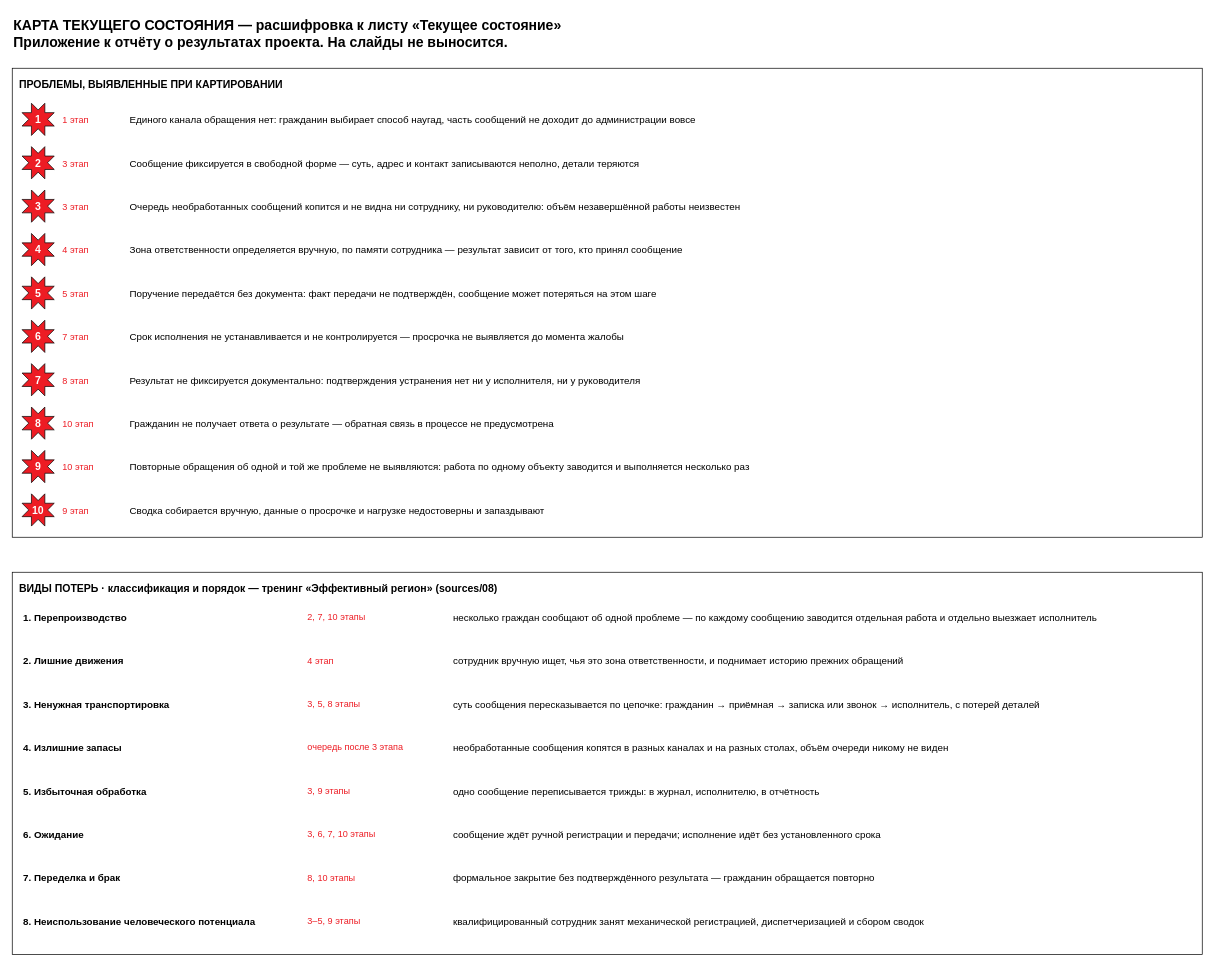
Earlier version of the draw.io diagram page "Проблемы и потери" (2 of 2) of файлы/karta-tekushchego.drawio (NiceGenn/Team-28-progress). Source tidied: cells renumbered, new cells numbered last; positions are measured from the earlier drawing's top-left corner, leaving out a move shared by most shapes. Both pictures are drawn from the tidied source at 70%, with x=0, y=0 at pixel (12, 12).
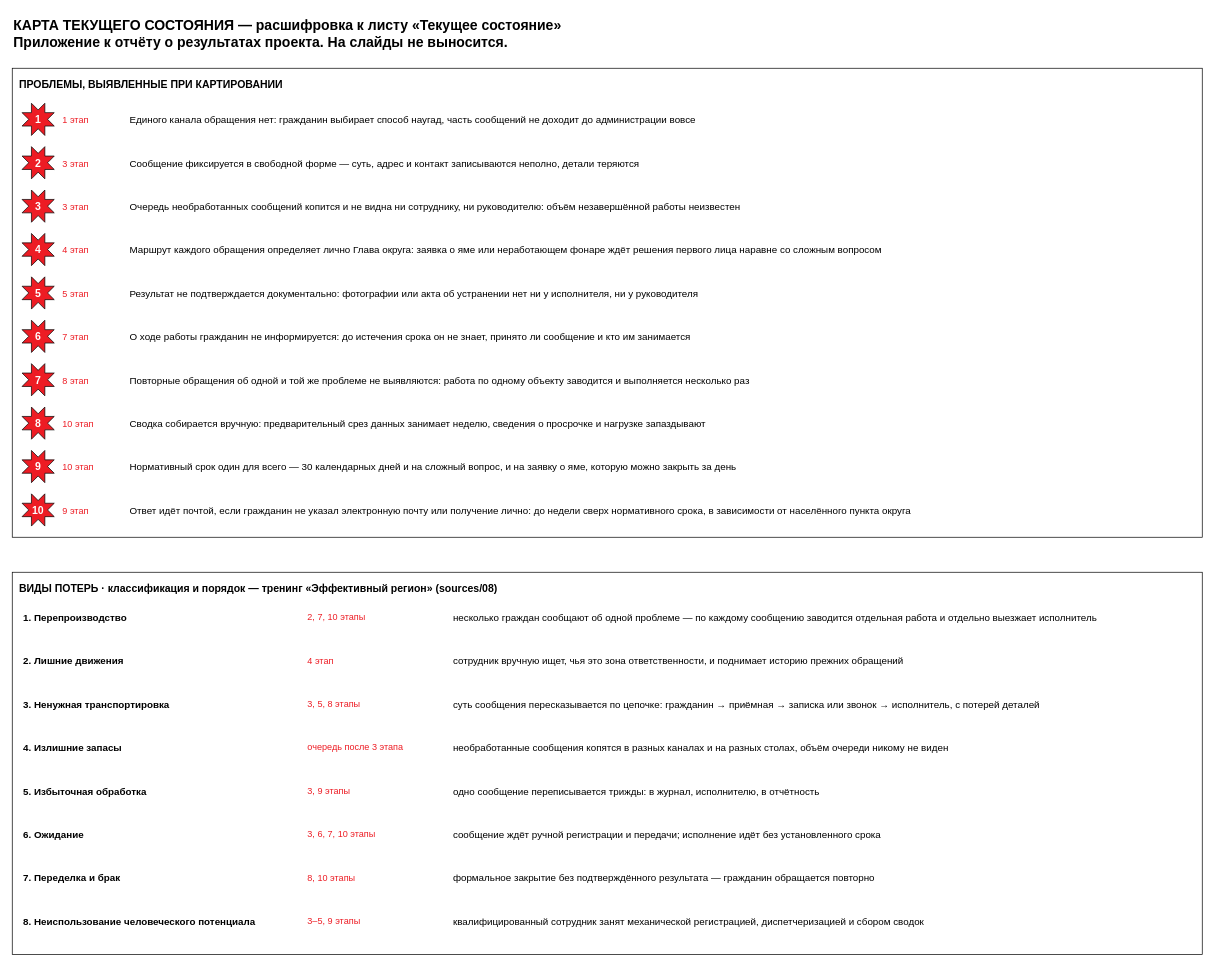
The same page after the edit.

The change refers to these unchanged cells:
```xml
<mxCell id="3" value="ПРОБЛЕМЫ, ВЫЯВЛЕННЫЕ ПРИ КАРТИРОВАНИИ" style="rounded=0;whiteSpace=wrap;html=1;fillColor=#FFFFFF;strokeColor=#000000;align=left;verticalAlign=top;fontSize=15;fontStyle=1;spacing=10;" parent="1" vertex="1">
  <mxGeometry y="80" width="1700" height="670" as="geometry" />
</mxCell>
```

The edit, as a diff of the source:
```diff
@@
-    <mxCell id="15" value="Зона ответственности определяется вручную, по памяти сотрудника — результат зависит от того, кто принял сообщение" style="text;html=1;align=left;verticalAlign=middle;fontSize=14;" parent="3" vertex="1">
+    <mxCell id="15" value="Маршрут каждого обращения определяет лично Глава округа: заявка о яме или неработающем фонаре ждёт решения первого лица наравне со сложным вопросом" style="text;html=1;align=left;verticalAlign=middle;fontSize=14;" parent="3" vertex="1">
       <mxGeometry x="166" y="236" width="1516" height="48" as="geometry" />
     </mxCell>
@@
-    <mxCell id="18" value="Поручение передаётся без документа: факт передачи не подтверждён, сообщение может потеряться на этом шаге" style="text;html=1;align=left;verticalAlign=middle;fontSize=14;" parent="3" vertex="1">
+    <mxCell id="18" value="Результат не подтверждается документально: фотографии или акта об устранении нет ни у исполнителя, ни у руководителя" style="text;html=1;align=left;verticalAlign=middle;fontSize=14;" parent="3" vertex="1">
       <mxGeometry x="166" y="298" width="1516" height="48" as="geometry" />
     </mxCell>
@@
-    <mxCell id="21" value="Срок исполнения не устанавливается и не контролируется — просрочка не выявляется до момента жалобы" style="text;html=1;align=left;verticalAlign=middle;fontSize=14;" parent="3" vertex="1">
+    <mxCell id="21" value="О ходе работы гражданин не информируется: до истечения срока он не знает, принято ли сообщение и кто им занимается" style="text;html=1;align=left;verticalAlign=middle;fontSize=14;" parent="3" vertex="1">
       <mxGeometry x="166" y="360" width="1516" height="48" as="geometry" />
     </mxCell>
@@
-    <mxCell id="24" value="Результат не фиксируется документально: подтверждения устранения нет ни у исполнителя, ни у руководителя" style="text;html=1;align=left;verticalAlign=middle;fontSize=14;" parent="3" vertex="1">
+    <mxCell id="24" value="Повторные обращения об одной и той же проблеме не выявляются: работа по одному объекту заводится и выполняется несколько раз" style="text;html=1;align=left;verticalAlign=middle;fontSize=14;" parent="3" vertex="1">
       <mxGeometry x="166" y="422" width="1516" height="48" as="geometry" />
     </mxCell>
@@
-    <mxCell id="27" value="Гражданин не получает ответа о результате — обратная связь в процессе не предусмотрена" style="text;html=1;align=left;verticalAlign=middle;fontSize=14;" parent="3" vertex="1">
+    <mxCell id="27" value="Сводка собирается вручную: предварительный срез данных занимает неделю, сведения о просрочке и нагрузке запаздывают" style="text;html=1;align=left;verticalAlign=middle;fontSize=14;" parent="3" vertex="1">
       <mxGeometry x="166" y="484" width="1516" height="48" as="geometry" />
     </mxCell>
@@
-    <mxCell id="30" value="Повторные обращения об одной и той же проблеме не выявляются: работа по одному объекту заводится и выполняется несколько раз" style="text;html=1;align=left;verticalAlign=middle;fontSize=14;" parent="3" vertex="1">
+    <mxCell id="30" value="Нормативный срок один для всего — 30 календарных дней и на сложный вопрос, и на заявку о яме, которую можно закрыть за день" style="text;html=1;align=left;verticalAlign=middle;fontSize=14;" parent="3" vertex="1">
       <mxGeometry x="166" y="546" width="1516" height="48" as="geometry" />
     </mxCell>
@@
-    <mxCell id="33" value="Сводка собирается вручную, данные о просрочке и нагрузке недостоверны и запаздывают" style="text;html=1;align=left;verticalAlign=middle;fontSize=14;" parent="3" vertex="1">
+    <mxCell id="33" value="Ответ идёт почтой, если гражданин не указал электронную почту или получение лично: до недели сверх нормативного срока, в зависимости от населённого пункта округа" style="text;html=1;align=left;verticalAlign=middle;fontSize=14;" parent="3" vertex="1">
       <mxGeometry x="166" y="608" width="1516" height="48" as="geometry" />
     </mxCell>
```
